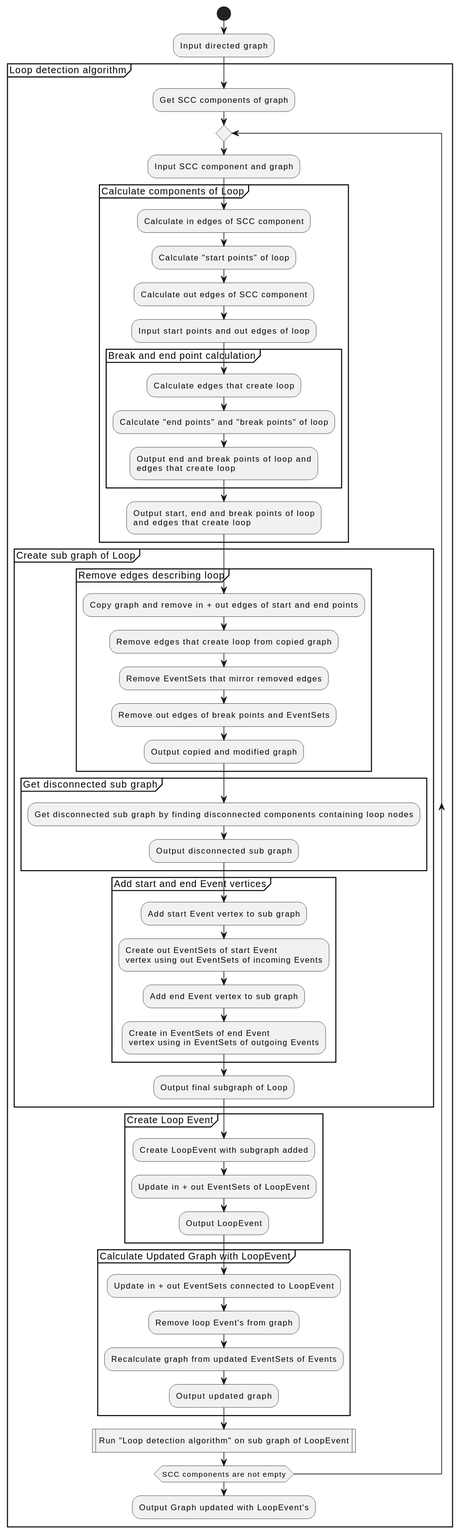
Earlier version of the PlantUML export docs/development/design/1-DN-SCC_loop_detection/Algorithm_Overview.svg (xtuml/otel2puml).
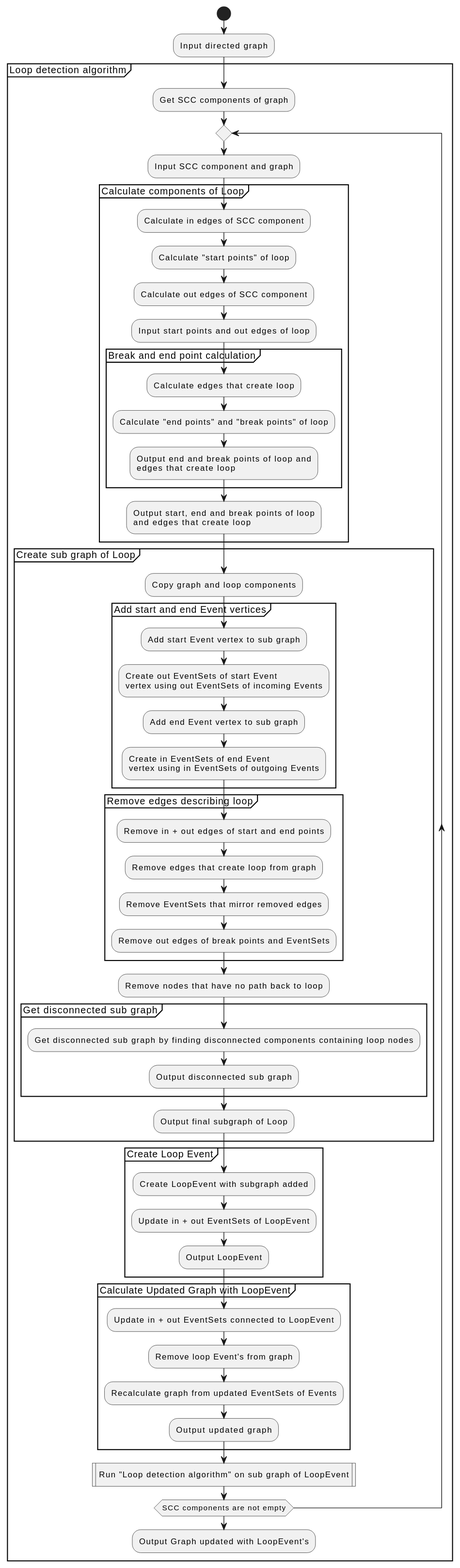
After the change.

Change to the diagram source:
```diff
@@ -19,22 +19,23 @@
                 :Output start, end and break points of loop\nand edges that create loop;
             }
             partition "Create sub graph of Loop" {
-                partition "Remove edges describing loop" {
-                    :Copy graph and remove in + out edges of start and end points;
-                    :Remove edges that create loop from copied graph;
-                    :Remove EventSets that mirror removed edges;
-                    :Remove out edges of break points and EventSets;
-                    :Output copied and modified graph;
-                }
-                partition "Get disconnected sub graph" {
-                    :Get disconnected sub graph by finding disconnected components containing loop nodes;
-                    :Output disconnected sub graph;
-                }
+                :Copy graph and loop components;
                 partition "Add start and end Event vertices" {
                     :Add start Event vertex to sub graph;
                     :Create out EventSets of start Event\nvertex using out EventSets of incoming Events;
                     :Add end Event vertex to sub graph;
                     :Create in EventSets of end Event\nvertex using in EventSets of outgoing Events;
+                }
+                partition "Remove edges describing loop" {
+                    :Remove in + out edges of start and end points;
+                    :Remove edges that create loop from graph;
+                    :Remove EventSets that mirror removed edges;
+                    :Remove out edges of break points and EventSets;
+                }
+                :Remove nodes that have no path back to loop;
+                partition "Get disconnected sub graph" {
+                    :Get disconnected sub graph by finding disconnected components containing loop nodes;
+                    :Output disconnected sub graph;
                 }
                 :Output final subgraph of Loop;
             }
```
